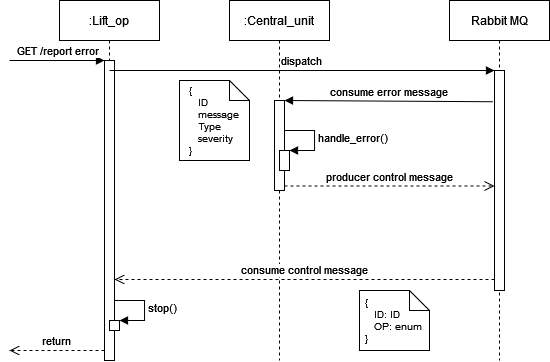
AUT-Hard-Ski-Paradise/.github keeps this draw.io diagram as doc/diagrams/png/Lift op rabbit mq error messaging.png. Above is the earlier version. Source tidied: cells renumbered, new cells last; positions are measured from the earlier drawing's top-left corner, leaving out a move shared by most shapes.
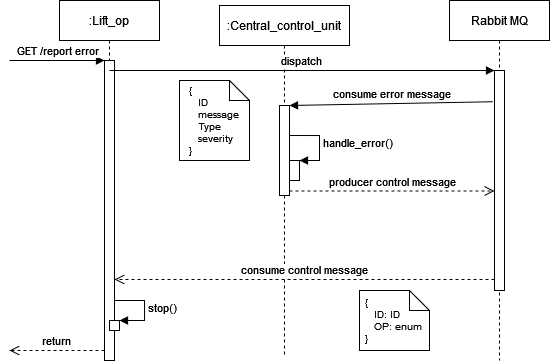
After the commit.

What changed in the source:
```diff
@@ -32,20 +32,21 @@
     <mxCell id="8" value="&lt;div align=&quot;left&quot; style=&quot;font-size: 10px&quot;&gt;&lt;font style=&quot;font-size: 10px&quot;&gt;{&lt;/font&gt;&lt;/div&gt;&lt;div align=&quot;left&quot; style=&quot;font-size: 10px&quot;&gt;&lt;font style=&quot;font-size: 10px&quot;&gt;&amp;nbsp;&amp;nbsp; ID&lt;/font&gt;&lt;/div&gt;&lt;div align=&quot;left&quot; style=&quot;font-size: 10px&quot;&gt;&lt;font style=&quot;font-size: 10px&quot;&gt;&amp;nbsp;&amp;nbsp; message&lt;/font&gt;&lt;/div&gt;&lt;div align=&quot;left&quot; style=&quot;font-size: 10px&quot;&gt;&lt;font style=&quot;font-size: 10px&quot;&gt;&amp;nbsp;&amp;nbsp; Type&lt;/font&gt;&lt;/div&gt;&lt;div align=&quot;left&quot; style=&quot;font-size: 10px&quot;&gt;&lt;font style=&quot;font-size: 10px&quot;&gt;&amp;nbsp;&amp;nbsp; severity&lt;/font&gt;&lt;/div&gt;&lt;div align=&quot;left&quot; style=&quot;font-size: 10px&quot;&gt;&lt;font style=&quot;font-size: 10px&quot;&gt;}&lt;/font&gt;&lt;br&gt;&lt;/div&gt;" style="shape=note;size=20;whiteSpace=wrap;html=1;" parent="2" vertex="1">
       <mxGeometry x="120" y="80" width="70" height="80" as="geometry" />
     </mxCell>
-    <mxCell id="9" value=":Central_unit" style="shape=umlLifeline;perimeter=lifelinePerimeter;whiteSpace=wrap;html=1;" parent="1" vertex="1">
-      <mxGeometry x="220" width="100" height="360" as="geometry" />
+    <mxCell id="9" value=":Central_control_unit" style="shape=umlLifeline;perimeter=lifelinePerimeter;whiteSpace=wrap;html=1;" parent="1" vertex="1">
+      <mxGeometry x="210" y="5" width="130" height="350" as="geometry" />
     </mxCell>
     <mxCell id="10" style="html=1;points=[];perimeter=orthogonalPerimeter;" parent="9" vertex="1">
-      <mxGeometry x="45" y="100" width="10" height="90" as="geometry" />
+      <mxGeometry x="60" y="100" width="10" height="90" as="geometry" />
     </mxCell>
     <mxCell id="11" style="html=1;points=[];perimeter=orthogonalPerimeter;" parent="9" vertex="1">
-      <mxGeometry x="50" y="150" width="10" height="20" as="geometry" />
+      <mxGeometry x="70" y="155" width="10" height="20" as="geometry" />
     </mxCell>
     <mxCell id="12" value="handle_error()" style="edgeStyle=orthogonalEdgeStyle;html=1;align=left;spacingLeft=2;endArrow=block;rounded=0;entryX=1;entryY=0;" parent="9" edge="1" target="11">
       <mxGeometry relative="1" as="geometry">
-        <mxPoint x="55" y="130" as="sourcePoint" />
+        <mxPoint x="70" y="130" as="sourcePoint" />
         <Array as="points">
-          <mxPoint x="85" y="130" />
+          <mxPoint x="100" y="130" />
+          <mxPoint x="100" y="155" />
         </Array>
       </mxGeometry>
     </mxCell>
```
